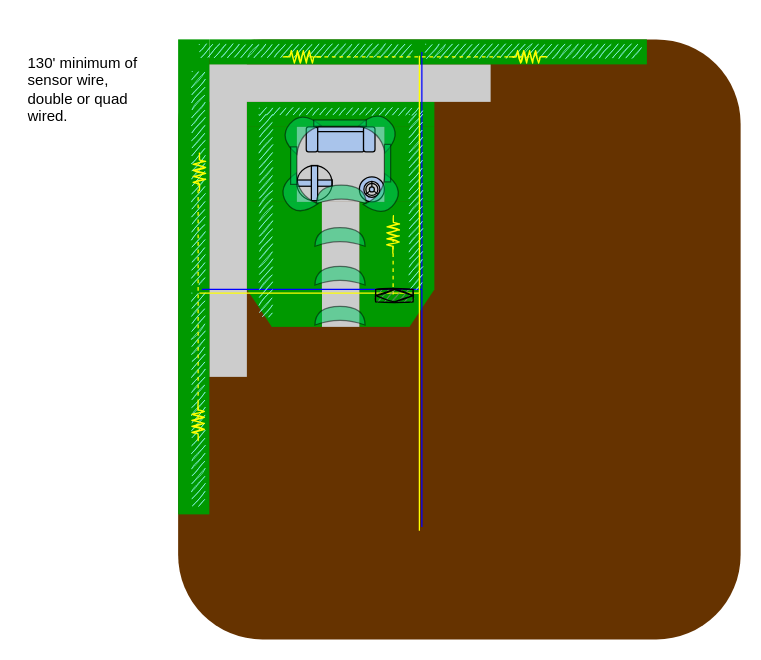
Before: Untitled Diagram.drawio in MKlimuszka/Smart_Home, a draw.io diagram. Source tidied: cells renumbered, new cells numbered last; positions are measured from the earlier drawing's top-left corner, leaving out a move shared by most shapes. Both pictures are drawn from the tidied source at 125%, with x=0, y=0 at pixel (21, 39).
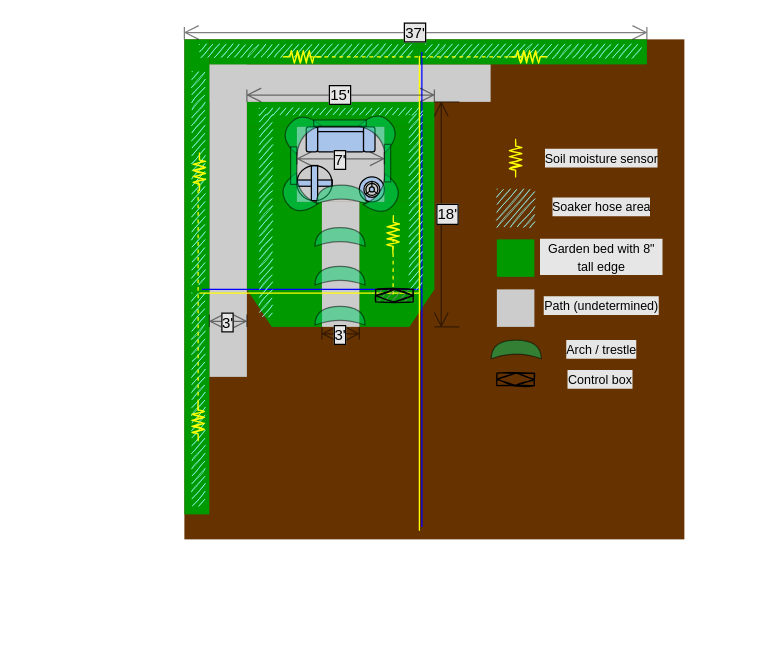
After the change.

Change to the diagram source:
```diff
@@
-    <mxCell id="2" style="rounded=1;whiteSpace=wrap;html=1;shadow=0;glass=0;sketch=0;strokeColor=none;fillColor=#663300;" parent="1" vertex="1">
-      <mxGeometry x="125" width="450" height="480" as="geometry" />
+    <mxCell id="2" style="rounded=0;whiteSpace=wrap;html=1;shadow=0;glass=0;sketch=0;strokeColor=none;fillColor=#663300;" parent="1" vertex="1">
+      <mxGeometry x="130" width="400" height="400" as="geometry" />
     </mxCell>
@@
-    <mxCell id="4" style="group;" parent="3" vertex="1">
-      <mxGeometry x="125" width="375" height="380" as="geometry" />
-    </mxCell>
-    <mxCell id="5" style="rounded=0;whiteSpace=wrap;html=1;fillColor=#009900;strokeColor=none;" parent="4" vertex="1">
-      <mxGeometry x="55" y="50" width="150" height="20" as="geometry" />
+    <mxCell id="5" style="rounded=0;whiteSpace=wrap;html=1;fillColor=#009900;strokeColor=none;" parent="3" vertex="1">
+      <mxGeometry x="180" y="50" width="150" height="20" as="geometry" />
     </mxCell>
-    <mxCell id="6" style="rounded=0;whiteSpace=wrap;html=1;fillColor=#009900;strokeColor=none;" parent="4" vertex="1">
-      <mxGeometry x="165" y="70" width="40" height="60" as="geometry" />
+    <mxCell id="6" style="rounded=0;whiteSpace=wrap;html=1;fillColor=#009900;strokeColor=none;" parent="3" vertex="1">
+      <mxGeometry x="290" y="70" width="40" height="60" as="geometry" />
     </mxCell>
-    <mxCell id="7" style="rounded=0;whiteSpace=wrap;html=1;fillColor=#009900;strokeColor=none;" parent="4" vertex="1">
-      <mxGeometry x="55" y="70" width="40" height="60" as="geometry" />
+    <mxCell id="7" style="rounded=0;whiteSpace=wrap;html=1;fillColor=#009900;strokeColor=none;" parent="3" vertex="1">
+      <mxGeometry x="180" y="70" width="40" height="60" as="geometry" />
     </mxCell>
-    <mxCell id="8" style="rounded=0;whiteSpace=wrap;html=1;fillColor=#009900;strokeColor=none;" parent="4" vertex="1">
-      <mxGeometry x="55" y="130" width="60" height="70" as="geometry" />
+    <mxCell id="8" style="rounded=0;whiteSpace=wrap;html=1;fillColor=#009900;strokeColor=none;" parent="3" vertex="1">
+      <mxGeometry x="180" y="130" width="60" height="70" as="geometry" />
     </mxCell>
-    <mxCell id="9" style="rounded=0;whiteSpace=wrap;html=1;fillColor=#009900;strokeColor=none;" parent="4" vertex="1">
-      <mxGeometry x="145" y="130" width="60" height="70" as="geometry" />
+    <mxCell id="9" style="rounded=0;whiteSpace=wrap;html=1;fillColor=#009900;strokeColor=none;" parent="3" vertex="1">
+      <mxGeometry x="270" y="130" width="60" height="70" as="geometry" />
     </mxCell>
-    <mxCell id="10" style="rounded=0;whiteSpace=wrap;html=1;fillColor=#009900;strokeColor=none;" parent="4" vertex="1">
-      <mxGeometry x="145" y="200" width="40" height="30" as="geometry" />
+    <mxCell id="10" style="rounded=0;whiteSpace=wrap;html=1;fillColor=#009900;strokeColor=none;" parent="3" vertex="1">
+      <mxGeometry x="270" y="200" width="40" height="30" as="geometry" />
     </mxCell>
-    <mxCell id="11" style="rhombus;whiteSpace=wrap;html=1;fillColor=#009900;strokeColor=none;" parent="4" vertex="1">
-      <mxGeometry x="165" y="170" width="40" height="60" as="geometry" />
+    <mxCell id="11" style="rhombus;whiteSpace=wrap;html=1;fillColor=#009900;strokeColor=none;" parent="3" vertex="1">
+      <mxGeometry x="290" y="170" width="40" height="60" as="geometry" />
     </mxCell>
-    <mxCell id="12" style="rhombus;whiteSpace=wrap;html=1;fillColor=#009900;strokeColor=none;" parent="4" vertex="1">
-      <mxGeometry x="55" y="170" width="40" height="60" as="geometry" />
+    <mxCell id="12" style="rhombus;whiteSpace=wrap;html=1;fillColor=#009900;strokeColor=none;" parent="3" vertex="1">
+      <mxGeometry x="180" y="170" width="40" height="60" as="geometry" />
     </mxCell>
-    <mxCell id="13" style="rounded=0;whiteSpace=wrap;html=1;fillColor=#CCCCCC;strokeColor=none;" parent="4" vertex="1">
-      <mxGeometry x="25" y="20" width="30" height="250" as="geometry" />
+    <mxCell id="13" style="rounded=0;whiteSpace=wrap;html=1;fillColor=#CCCCCC;strokeColor=none;" parent="3" vertex="1">
+      <mxGeometry x="150" y="20" width="30" height="250" as="geometry" />
     </mxCell>
-    <mxCell id="14" style="rounded=0;whiteSpace=wrap;html=1;fillColor=#CCCCCC;strokeColor=none;" parent="4" vertex="1">
-      <mxGeometry x="95" y="70" width="70" height="60" as="geometry" />
+    <mxCell id="14" style="rounded=0;whiteSpace=wrap;html=1;fillColor=#CCCCCC;strokeColor=none;" parent="3" vertex="1">
+      <mxGeometry x="220" y="70" width="70" height="60" as="geometry" />
     </mxCell>
-    <mxCell id="15" style="rounded=0;whiteSpace=wrap;html=1;fillColor=#CCCCCC;strokeColor=none;" parent="4" vertex="1">
-      <mxGeometry x="115" y="130" width="30" height="100" as="geometry" />
+    <mxCell id="15" style="rounded=0;whiteSpace=wrap;html=1;fillColor=#CCCCCC;strokeColor=none;" parent="3" vertex="1">
+      <mxGeometry x="240" y="130" width="30" height="100" as="geometry" />
     </mxCell>
-    <mxCell id="16" style="rounded=0;whiteSpace=wrap;html=1;fillColor=#CCCCCC;strokeColor=none;" parent="4" vertex="1">
-      <mxGeometry x="25" y="20" width="225" height="30" as="geometry" />
+    <mxCell id="16" style="rounded=0;whiteSpace=wrap;html=1;fillColor=#CCCCCC;strokeColor=none;" parent="3" vertex="1">
+      <mxGeometry x="150" y="20" width="225" height="30" as="geometry" />
     </mxCell>
-    <mxCell id="17" style="rounded=0;whiteSpace=wrap;html=1;fillColor=#009900;strokeColor=none;" parent="4" vertex="1">
-      <mxGeometry width="25" height="380" as="geometry" />
+    <mxCell id="17" style="rounded=0;whiteSpace=wrap;html=1;fillColor=#009900;strokeColor=none;" parent="3" vertex="1">
+      <mxGeometry x="130" width="20" height="380" as="geometry" />
     </mxCell>
-    <mxCell id="18" style="rounded=0;whiteSpace=wrap;html=1;fillColor=#009900;strokeColor=none;" parent="4" vertex="1">
-      <mxGeometry x="25" width="350" height="20" as="geometry" />
+    <mxCell id="18" style="rounded=0;whiteSpace=wrap;html=1;fillColor=#009900;strokeColor=none;" parent="3" vertex="1">
+      <mxGeometry x="150" width="350" height="20" as="geometry" />
     </mxCell>
-    <mxCell id="19" style="verticalLabelPosition=bottom;html=1;verticalAlign=top;align=center;shape=mxgraph.floorplan.sofa;fillColor=#A9C4EB;" parent="4" vertex="1">
-      <mxGeometry x="102.5" y="70" width="55" height="20" as="geometry" />
+    <mxCell id="19" style="verticalLabelPosition=bottom;html=1;verticalAlign=top;align=center;shape=mxgraph.floorplan.sofa;fillColor=#A9C4EB;" parent="3" vertex="1">
+      <mxGeometry x="227.5" y="70" width="55" height="20" as="geometry" />
     </mxCell>
-    <mxCell id="20" style="verticalLabelPosition=bottom;html=1;verticalAlign=top;align=center;shape=mxgraph.floorplan.floor_lamp;fillColor=#A9C4EB;" parent="4" vertex="1">
-      <mxGeometry x="145" y="110" width="20" height="20" as="geometry" />
+    <mxCell id="20" style="verticalLabelPosition=bottom;html=1;verticalAlign=top;align=center;shape=mxgraph.floorplan.floor_lamp;fillColor=#A9C4EB;" parent="3" vertex="1">
+      <mxGeometry x="270" y="110" width="20" height="20" as="geometry" />
     </mxCell>
-    <mxCell id="21" style="verticalLabelPosition=bottom;html=1;verticalAlign=top;align=center;shape=mxgraph.floorplan.doorRevolving;fillColor=#A9C4EB;" parent="4" vertex="1">
-      <mxGeometry x="95" y="100" width="28.2" height="30" as="geometry" />
+    <mxCell id="21" style="verticalLabelPosition=bottom;html=1;verticalAlign=top;align=center;shape=mxgraph.floorplan.doorRevolving;fillColor=#A9C4EB;" parent="3" vertex="1">
+      <mxGeometry x="220" y="100" width="28.2" height="30" as="geometry" />
     </mxCell>
-    <mxCell id="22" style="rounded=0;whiteSpace=wrap;html=1;fillColor=#009900;strokeColor=none;" parent="4" vertex="1">
-      <mxGeometry x="75" y="200" width="40" height="30" as="geometry" />
+    <mxCell id="22" style="rounded=0;whiteSpace=wrap;html=1;fillColor=#009900;strokeColor=none;" parent="3" vertex="1">
+      <mxGeometry x="200" y="200" width="40" height="30" as="geometry" />
     </mxCell>
@@
-    <mxCell id="60" value="&lt;p&gt;130' minimum of sensor wire, double or quad wired.&amp;nbsp;&lt;/p&gt;" style="text;html=1;strokeColor=none;fillColor=none;spacing=5;spacingTop=-20;whiteSpace=wrap;overflow=hidden;rounded=0;shadow=0;glass=0;sketch=0;opacity=50;" parent="48" vertex="1">
-      <mxGeometry y="10" width="100" height="200" as="geometry" />
-    </mxCell>
+    <mxCell id="61" parent="0" />
+    <mxCell id="62" value="15'" style="shape=dimension;whiteSpace=wrap;html=1;align=center;verticalAlign=bottom;spacingBottom=-5;labelBackgroundColor=#E6E6E6;shadow=0;glass=0;sketch=0;fontSize=12;opacity=50;labelBorderColor=default;" parent="61" vertex="1">
+      <mxGeometry x="180" y="40" width="150" height="10" as="geometry" />
+    </mxCell>
+    <mxCell id="63" value="3'" style="shape=dimension;direction=west;whiteSpace=wrap;html=1;align=center;verticalAlign=top;spacingTop=-8;labelBackgroundColor=#E6E6E6;shadow=0;glass=0;labelBorderColor=default;sketch=0;fontSize=12;strokeColor=#000000;fillColor=none;opacity=50;" parent="61" vertex="1">
+      <mxGeometry x="150" y="220" width="30" height="10" as="geometry" />
+    </mxCell>
+    <mxCell id="64" value="3'" style="shape=dimension;direction=west;whiteSpace=wrap;html=1;align=center;verticalAlign=top;spacingTop=-8;labelBackgroundColor=#E6E6E6;shadow=0;glass=0;labelBorderColor=default;sketch=0;fontSize=12;strokeColor=#000000;fillColor=none;opacity=50;" parent="61" vertex="1">
+      <mxGeometry x="240" y="230" width="30" height="10" as="geometry" />
+    </mxCell>
+    <mxCell id="65" value="7'" style="shape=dimension;direction=west;whiteSpace=wrap;html=1;align=center;verticalAlign=top;spacingTop=-8;labelBackgroundColor=#E6E6E6;shadow=0;glass=0;labelBorderColor=default;sketch=0;fontSize=12;strokeColor=#000000;fillColor=none;opacity=50;" parent="61" vertex="1">
+      <mxGeometry x="220" y="90" width="70" height="10" as="geometry" />
+    </mxCell>
+    <mxCell id="66" value="18'" style="shape=dimension;direction=south;whiteSpace=wrap;html=1;align=left;verticalAlign=middle;labelBackgroundColor=#E6E6E6;shadow=0;glass=0;labelBorderColor=default;sketch=0;fontSize=12;strokeColor=#000000;fillColor=none;opacity=50;" parent="61" vertex="1">
+      <mxGeometry x="330" y="50" width="20" height="180" as="geometry" />
+    </mxCell>
+    <mxCell id="67" value="37'" style="shape=dimension;whiteSpace=wrap;html=1;align=center;verticalAlign=bottom;spacingBottom=-5;labelBackgroundColor=#E6E6E6;shadow=0;glass=0;sketch=0;fontSize=12;opacity=50;labelBorderColor=default;" parent="61" vertex="1">
+      <mxGeometry x="130" y="-10" width="370" height="10" as="geometry" />
+    </mxCell>
+    <mxCell id="68" style="rounded=0;whiteSpace=wrap;html=1;fillColor=#009900;strokeColor=none;" parent="61" vertex="1">
+      <mxGeometry x="380" y="160" width="30" height="30" as="geometry" />
+    </mxCell>
+    <mxCell id="69" style="rounded=0;whiteSpace=wrap;html=1;fillColor=#CCCCCC;strokeColor=none;" parent="61" vertex="1">
+      <mxGeometry x="380" y="200" width="30" height="30" as="geometry" />
+    </mxCell>
+    <mxCell id="70" style="rounded=0;whiteSpace=wrap;html=1;shadow=0;glass=0;sketch=1;fillColor=#99FFFF;strokeColor=none;" parent="61" vertex="1">
+      <mxGeometry x="380" y="120" width="30" height="30" as="geometry" />
+    </mxCell>
+    <mxCell id="71" style="verticalLabelPosition=bottom;shadow=0;dashed=0;align=center;html=1;verticalAlign=top;shape=mxgraph.electrical.resistors.resistor_2;glass=0;sketch=1;fillColor=#99FFFF;strokeColor=#FFFF00;rotation=90;" parent="61" vertex="1">
+      <mxGeometry x="380" y="90" width="30" height="10" as="geometry" />
+    </mxCell>
+    <mxCell id="72" style="shape=xor;whiteSpace=wrap;html=1;shadow=0;glass=0;sketch=0;strokeColor=#000000;fillColor=#00CC66;rotation=-90;opacity=50;" parent="61" vertex="1">
+      <mxGeometry x="388" y="228" width="15" height="40" as="geometry" />
+    </mxCell>
+    <mxCell id="73" style="shape=associativeEntity;whiteSpace=wrap;html=1;align=center;shadow=0;glass=0;sketch=1;strokeColor=#000000;fillColor=none;" parent="61" vertex="1">
+      <mxGeometry x="380" y="267" width="30" height="10" as="geometry" />
+    </mxCell>
+    <mxCell id="74" value="&lt;font style=&quot;font-size: 10px&quot;&gt;Soil moisture sensor&lt;/font&gt;" style="text;html=1;align=center;verticalAlign=middle;whiteSpace=wrap;rounded=0;shadow=0;glass=0;labelBackgroundColor=#E6E6E6;labelBorderColor=none;sketch=0;fontSize=12;opacity=50;" parent="61" vertex="1">
+      <mxGeometry x="414" y="80" width="100" height="30" as="geometry" />
+    </mxCell>
+    <mxCell id="75" value="&lt;font style=&quot;font-size: 10px&quot;&gt;Soaker hose area&lt;/font&gt;" style="text;html=1;align=center;verticalAlign=middle;whiteSpace=wrap;rounded=0;shadow=0;glass=0;labelBackgroundColor=#E6E6E6;labelBorderColor=none;sketch=0;fontSize=12;opacity=50;" parent="61" vertex="1">
+      <mxGeometry x="414" y="119" width="100" height="30" as="geometry" />
+    </mxCell>
+    <mxCell id="76" value="&lt;span style=&quot;font-size: 10px&quot;&gt;Garden bed with 8&quot; tall edge&lt;/span&gt;" style="text;html=1;align=center;verticalAlign=middle;whiteSpace=wrap;rounded=0;shadow=0;glass=0;labelBackgroundColor=#E6E6E6;labelBorderColor=none;sketch=0;fontSize=12;opacity=50;" parent="61" vertex="1">
+      <mxGeometry x="414" y="159" width="100" height="30" as="geometry" />
+    </mxCell>
+    <mxCell id="77" value="&lt;font style=&quot;font-size: 10px&quot;&gt;Path (undetermined)&lt;/font&gt;" style="text;html=1;align=center;verticalAlign=middle;whiteSpace=wrap;rounded=0;shadow=0;glass=0;labelBackgroundColor=#E6E6E6;labelBorderColor=none;sketch=0;fontSize=12;opacity=50;" parent="61" vertex="1">
+      <mxGeometry x="414" y="198" width="100" height="30" as="geometry" />
+    </mxCell>
+    <mxCell id="78" value="&lt;font style=&quot;font-size: 10px&quot;&gt;Arch / trestle&lt;/font&gt;" style="text;html=1;align=center;verticalAlign=middle;whiteSpace=wrap;rounded=0;shadow=0;glass=0;labelBackgroundColor=#E6E6E6;labelBorderColor=none;sketch=0;fontSize=12;opacity=50;" parent="61" vertex="1">
+      <mxGeometry x="414" y="233" width="100" height="30" as="geometry" />
+    </mxCell>
+    <mxCell id="79" value="&lt;font style=&quot;font-size: 10px&quot;&gt;Control box&lt;/font&gt;" style="text;html=1;align=center;verticalAlign=middle;whiteSpace=wrap;rounded=0;shadow=0;glass=0;labelBackgroundColor=#E6E6E6;labelBorderColor=none;sketch=0;fontSize=12;opacity=50;" parent="61" vertex="1">
+      <mxGeometry x="413" y="257" width="100" height="30" as="geometry" />
+    </mxCell>
```
